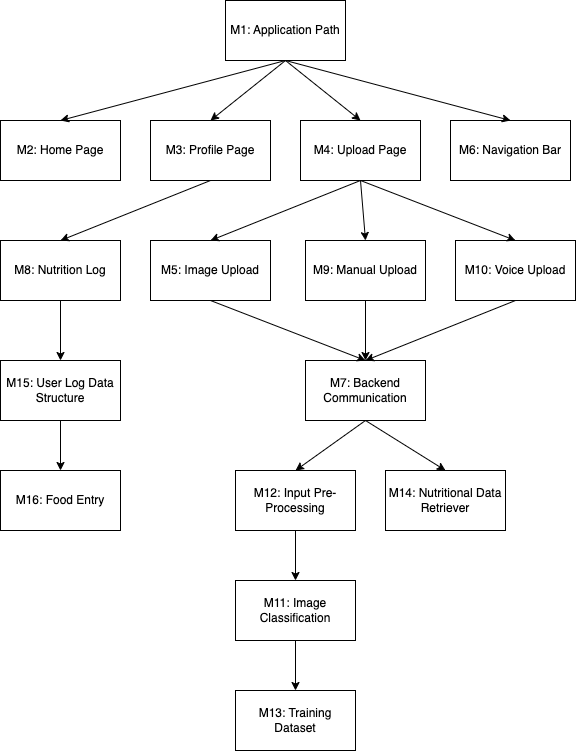
This is docs/Design/SoftArchitecture/use_hierarchy.png from jeff-rey-wang/utrition, a draw.io export, as it was before one commit. Source tidied: cells renumbered, new cells last; positions are measured from the earlier drawing's top-left corner, leaving out a move shared by most shapes.
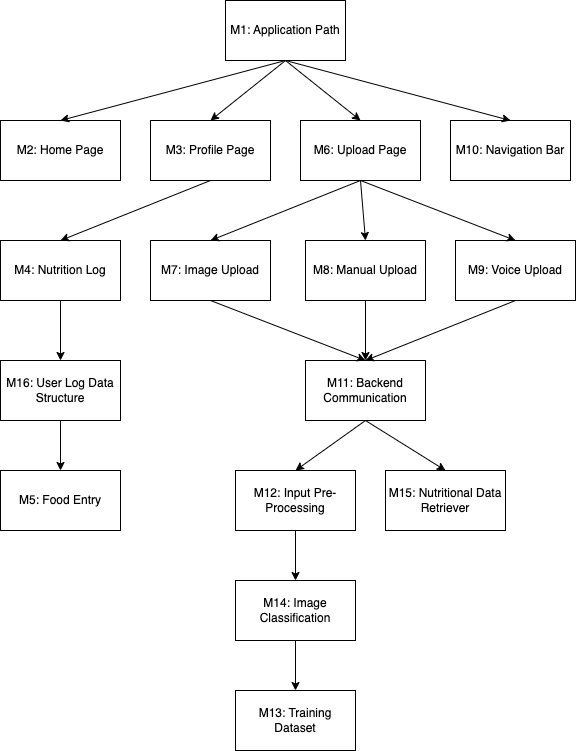
The same diagram one commit later.

Commit message:
update the use hierarchy diagram with updated module numbers

The edit, as a diff of the source:
```diff
@@ -11,37 +11,37 @@
     <mxCell id="4" value="M3: Profile Page" style="rounded=0;whiteSpace=wrap;html=1;" parent="1" vertex="1">
       <mxGeometry x="150" y="120" width="120" height="60" as="geometry" />
     </mxCell>
-    <mxCell id="5" value="M4: Upload Page" style="rounded=0;whiteSpace=wrap;html=1;" parent="1" vertex="1">
+    <mxCell id="5" value="M6: Upload Page" style="rounded=0;whiteSpace=wrap;html=1;" parent="1" vertex="1">
       <mxGeometry x="300" y="120" width="120" height="60" as="geometry" />
     </mxCell>
-    <mxCell id="6" value="M6: Navigation Bar" style="rounded=0;whiteSpace=wrap;html=1;" parent="1" vertex="1">
+    <mxCell id="6" value="M10: Navigation Bar" style="rounded=0;whiteSpace=wrap;html=1;" parent="1" vertex="1">
       <mxGeometry x="450" y="120" width="120" height="60" as="geometry" />
     </mxCell>
-    <mxCell id="7" value="M8: Nutrition Log" style="rounded=0;whiteSpace=wrap;html=1;" parent="1" vertex="1">
+    <mxCell id="7" value="M4: Nutrition Log" style="rounded=0;whiteSpace=wrap;html=1;" parent="1" vertex="1">
       <mxGeometry y="240" width="120" height="60" as="geometry" />
     </mxCell>
-    <mxCell id="8" value="M5: Image Upload" style="rounded=0;whiteSpace=wrap;html=1;" parent="1" vertex="1">
+    <mxCell id="8" value="M7: Image Upload" style="rounded=0;whiteSpace=wrap;html=1;" parent="1" vertex="1">
       <mxGeometry x="150" y="240" width="120" height="60" as="geometry" />
     </mxCell>
-    <mxCell id="9" value="M9: Manual Upload" style="rounded=0;whiteSpace=wrap;html=1;" parent="1" vertex="1">
+    <mxCell id="9" value="M8: Manual Upload" style="rounded=0;whiteSpace=wrap;html=1;" parent="1" vertex="1">
       <mxGeometry x="305" y="240" width="120" height="60" as="geometry" />
     </mxCell>
-    <mxCell id="10" value="M10: Voice Upload" style="rounded=0;whiteSpace=wrap;html=1;" parent="1" vertex="1">
+    <mxCell id="10" value="M9: Voice Upload" style="rounded=0;whiteSpace=wrap;html=1;" parent="1" vertex="1">
       <mxGeometry x="455" y="240" width="120" height="60" as="geometry" />
     </mxCell>
-    <mxCell id="11" value="M15: User Log Data Structure" style="rounded=0;whiteSpace=wrap;html=1;" parent="1" vertex="1">
+    <mxCell id="11" value="M16: User Log Data Structure" style="rounded=0;whiteSpace=wrap;html=1;" parent="1" vertex="1">
       <mxGeometry y="360" width="120" height="60" as="geometry" />
     </mxCell>
-    <mxCell id="12" value="M7: Backend Communication" style="rounded=0;whiteSpace=wrap;html=1;" parent="1" vertex="1">
+    <mxCell id="12" value="M11: Backend Communication" style="rounded=0;whiteSpace=wrap;html=1;" parent="1" vertex="1">
       <mxGeometry x="305" y="360" width="120" height="60" as="geometry" />
     </mxCell>
-    <mxCell id="13" value="M14: Nutritional Data Retriever" style="rounded=0;whiteSpace=wrap;html=1;" parent="1" vertex="1">
+    <mxCell id="13" value="M15: Nutritional Data Retriever" style="rounded=0;whiteSpace=wrap;html=1;" parent="1" vertex="1">
       <mxGeometry x="385" y="470" width="120" height="60" as="geometry" />
     </mxCell>
     <mxCell id="14" value="M12: Input Pre-Processing" style="rounded=0;whiteSpace=wrap;html=1;" parent="1" vertex="1">
       <mxGeometry x="235" y="470" width="120" height="60" as="geometry" />
     </mxCell>
-    <mxCell id="15" value="M11: Image Classification" style="rounded=0;whiteSpace=wrap;html=1;" parent="1" vertex="1">
+    <mxCell id="15" value="M14: Image Classification" style="rounded=0;whiteSpace=wrap;html=1;" parent="1" vertex="1">
       <mxGeometry x="235" y="580" width="120" height="60" as="geometry" />
     </mxCell>
     <mxCell id="16" value="M13: Training&lt;br&gt;Dataset" style="rounded=0;whiteSpace=wrap;html=1;" parent="1" vertex="1">
@@ -95,7 +95,7 @@
     <mxCell id="32" style="endArrow=classic;html=1;rounded=0;exitX=0.5;exitY=1;exitDx=0;exitDy=0;entryX=0.5;entryY=0;entryDx=0;entryDy=0;" parent="1" edge="1" source="15" target="16">
       <mxGeometry relative="1" as="geometry" />
     </mxCell>
-    <mxCell id="33" value="M16: Food Entry" style="rounded=0;whiteSpace=wrap;html=1;" parent="1" vertex="1">
+    <mxCell id="33" value="M5: Food Entry" style="rounded=0;whiteSpace=wrap;html=1;" parent="1" vertex="1">
       <mxGeometry y="470" width="120" height="60" as="geometry" />
     </mxCell>
     <mxCell id="34" style="endArrow=classic;html=1;rounded=0;exitX=0.5;exitY=1;exitDx=0;exitDy=0;entryX=0.5;entryY=0;entryDx=0;entryDy=0;" parent="1" edge="1" source="11" target="33">
```
